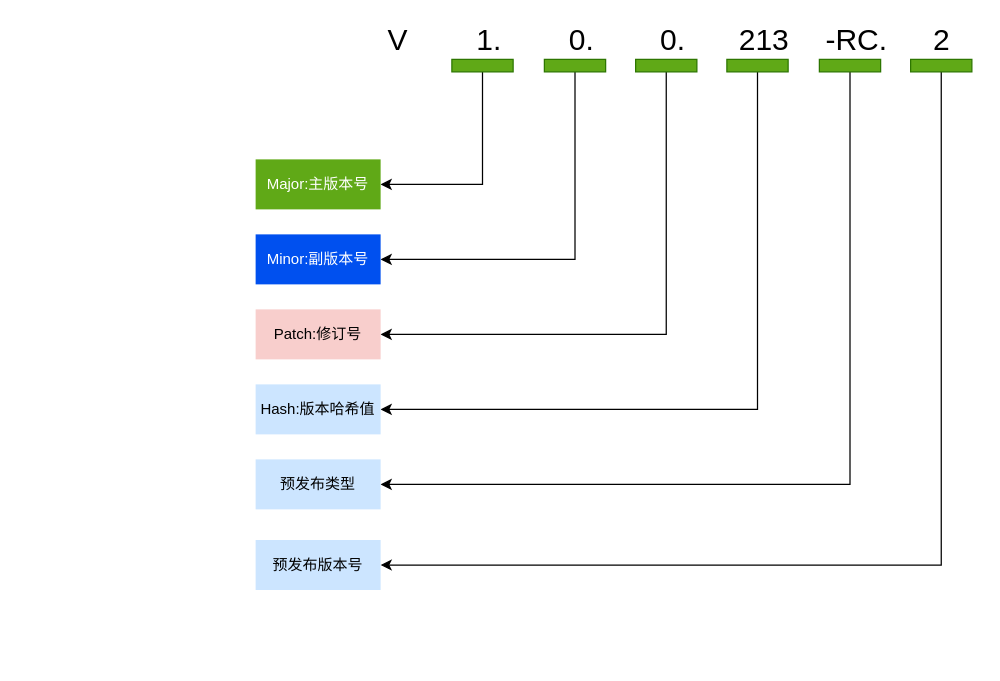
This is 版本管理规范.drawio from Guyiguang/-DrawIO, a draw.io file, before an edit. Source tidied: cells renumbered, new cells numbered last; positions are measured from the earlier drawing's top-left corner, leaving out a move shared by most shapes. Both pictures are drawn from the tidied source at 125%, with x=0, y=0 at pixel (255, 21).
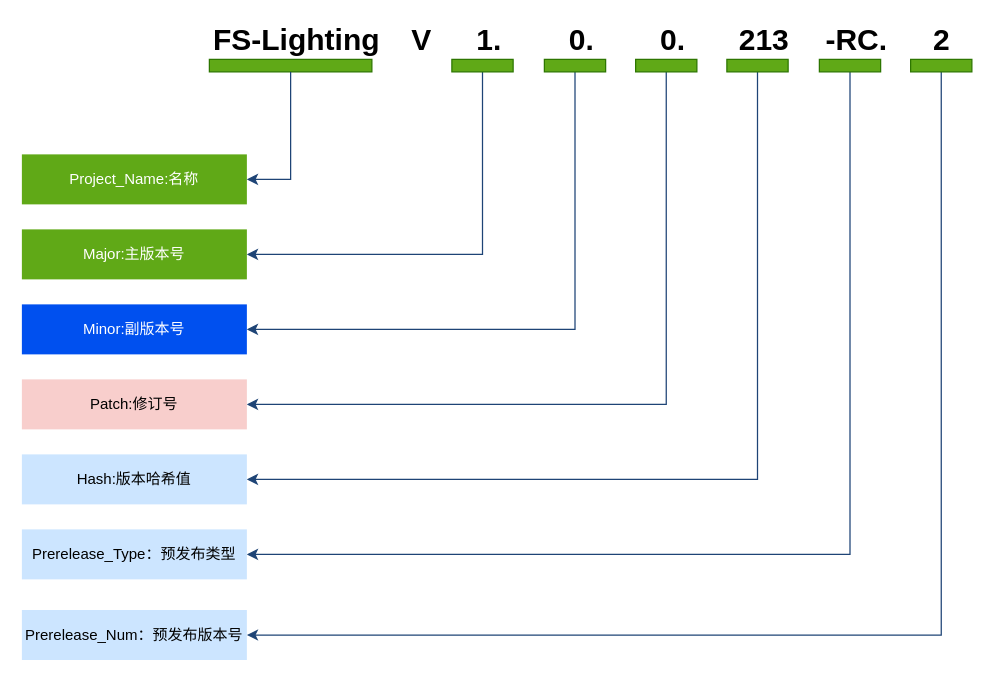
After the change.

Commit message (it also covers changes not shown here):
更新版本管理规范.drawio

Unchanged cells that the change refers to:
```xml
<mxCell id="11" style="rounded=0;whiteSpace=wrap;html=1;strokeColor=#2D7600;fillColor=#60a917;fontColor=#ffffff;" parent="1" vertex="1">
  <mxGeometry x="157" y="30" width="49" height="10" as="geometry" />
</mxCell>
<mxCell id="13" style="rounded=0;whiteSpace=wrap;html=1;strokeColor=#2D7600;fillColor=#60a917;fontColor=#ffffff;" parent="1" vertex="1">
  <mxGeometry x="231" y="30" width="49" height="10" as="geometry" />
</mxCell>
<mxCell id="15" style="rounded=0;whiteSpace=wrap;html=1;strokeColor=#2D7600;fillColor=#60a917;fontColor=#ffffff;" parent="1" vertex="1">
  <mxGeometry x="304" y="30" width="49" height="10" as="geometry" />
</mxCell>
<mxCell id="17" style="rounded=0;whiteSpace=wrap;html=1;strokeColor=#2D7600;fillColor=#60a917;fontColor=#ffffff;" parent="1" vertex="1">
  <mxGeometry x="377" y="30" width="49" height="10" as="geometry" />
</mxCell>
<mxCell id="19" style="rounded=0;whiteSpace=wrap;html=1;strokeColor=#2D7600;fillColor=#60a917;fontColor=#ffffff;" parent="1" vertex="1">
  <mxGeometry x="451" y="30" width="49" height="10" as="geometry" />
</mxCell>
<mxCell id="21" style="rounded=0;whiteSpace=wrap;html=1;strokeColor=#2D7600;fillColor=#60a917;fontColor=#ffffff;" parent="1" vertex="1">
  <mxGeometry x="524" y="30" width="49" height="10" as="geometry" />
</mxCell>
```

Diff of the diagram source:
```diff
@@
-    <mxCell id="2" value="V" style="text;html=1;strokeColor=none;fillColor=none;align=center;verticalAlign=middle;whiteSpace=wrap;rounded=0;fontSize=24;" parent="1" vertex="1">
-      <mxGeometry x="84" width="60" height="30" as="geometry" />
+    <mxCell id="2" value="V" style="text;html=1;strokeColor=none;fillColor=none;align=center;verticalAlign=middle;whiteSpace=wrap;rounded=0;fontSize=24;fontStyle=1;" parent="1" vertex="1">
+      <mxGeometry x="103" width="60" height="30" as="geometry" />
     </mxCell>
-    <mxCell id="3" value="1." style="text;html=1;strokeColor=none;fillColor=none;align=center;verticalAlign=middle;whiteSpace=wrap;rounded=0;fontSize=24;" parent="1" vertex="1">
+    <mxCell id="3" value="1." style="text;html=1;strokeColor=none;fillColor=none;align=center;verticalAlign=middle;whiteSpace=wrap;rounded=0;fontSize=24;fontStyle=1;" parent="1" vertex="1">
       <mxGeometry x="157" width="60" height="30" as="geometry" />
     </mxCell>
-    <mxCell id="4" value="0." style="text;html=1;strokeColor=none;fillColor=none;align=center;verticalAlign=middle;whiteSpace=wrap;rounded=0;fontSize=24;" parent="1" vertex="1">
+    <mxCell id="4" value="0." style="text;html=1;strokeColor=none;fillColor=none;align=center;verticalAlign=middle;whiteSpace=wrap;rounded=0;fontSize=24;fontStyle=1;" parent="1" vertex="1">
       <mxGeometry x="231" width="60" height="30" as="geometry" />
     </mxCell>
-    <mxCell id="5" value="0." style="text;html=1;strokeColor=none;fillColor=none;align=center;verticalAlign=middle;whiteSpace=wrap;rounded=0;fontSize=24;" parent="1" vertex="1">
+    <mxCell id="5" value="0." style="text;html=1;strokeColor=none;fillColor=none;align=center;verticalAlign=middle;whiteSpace=wrap;rounded=0;fontSize=24;fontStyle=1;" parent="1" vertex="1">
       <mxGeometry x="304" width="60" height="30" as="geometry" />
     </mxCell>
-    <mxCell id="6" value="-RC." style="text;html=1;strokeColor=none;fillColor=none;align=center;verticalAlign=middle;whiteSpace=wrap;rounded=0;fontSize=24;" parent="1" vertex="1">
+    <mxCell id="6" value="-RC." style="text;html=1;strokeColor=none;fillColor=none;align=center;verticalAlign=middle;whiteSpace=wrap;rounded=0;fontSize=24;fontStyle=1;" parent="1" vertex="1">
       <mxGeometry x="451" width="60" height="30" as="geometry" />
     </mxCell>
-    <mxCell id="7" value="213" style="text;html=1;strokeColor=none;fillColor=none;align=center;verticalAlign=middle;whiteSpace=wrap;rounded=0;fontSize=24;" parent="1" vertex="1">
+    <mxCell id="7" value="213" style="text;html=1;strokeColor=none;fillColor=none;align=center;verticalAlign=middle;whiteSpace=wrap;rounded=0;fontSize=24;fontStyle=1;" parent="1" vertex="1">
       <mxGeometry x="377" width="60" height="30" as="geometry" />
     </mxCell>
-    <mxCell id="8" style="edgeStyle=orthogonalEdgeStyle;rounded=0;orthogonalLoop=1;jettySize=auto;html=1;exitX=0.5;exitY=1;exitDx=0;exitDy=0;fontSize=24;strokeColor=#2D7600;fillColor=#60a917;" parent="1" edge="1" source="6" target="6">
+    <mxCell id="8" style="edgeStyle=orthogonalEdgeStyle;rounded=0;orthogonalLoop=1;jettySize=auto;html=1;exitX=0.5;exitY=1;exitDx=0;exitDy=0;fontSize=24;strokeColor=#2D7600;fillColor=#60a917;fontStyle=1;" parent="1" edge="1" source="6" target="6">
       <mxGeometry relative="1" as="geometry" />
     </mxCell>
-    <mxCell id="9" value="2" style="text;html=1;strokeColor=none;fillColor=none;align=center;verticalAlign=middle;whiteSpace=wrap;rounded=0;fontSize=24;" parent="1" vertex="1">
+    <mxCell id="9" value="2" style="text;html=1;strokeColor=none;fillColor=none;align=center;verticalAlign=middle;whiteSpace=wrap;rounded=0;fontSize=24;fontStyle=1;" parent="1" vertex="1">
       <mxGeometry x="518.5" width="60" height="30" as="geometry" />
     </mxCell>
-    <mxCell id="10" style="edgeStyle=orthogonalEdgeStyle;rounded=0;jettySize=auto;html=1;exitX=0.5;exitY=1;exitDx=0;exitDy=0;entryX=1;entryY=0.5;entryDx=0;entryDy=0;" parent="1" edge="1" source="11" target="22">
+    <mxCell id="10" style="edgeStyle=orthogonalEdgeStyle;rounded=0;jettySize=auto;html=1;exitX=0.5;exitY=1;exitDx=0;exitDy=0;entryX=1;entryY=0.5;entryDx=0;entryDy=0;fillColor=#eeeeee;strokeColor=#1e4476;" parent="1" edge="1" source="11" target="22">
       <mxGeometry relative="1" as="geometry" />
     </mxCell>
@@
-    <mxCell id="12" style="edgeStyle=orthogonalEdgeStyle;rounded=0;jettySize=auto;html=1;exitX=0.5;exitY=1;exitDx=0;exitDy=0;entryX=1;entryY=0.5;entryDx=0;entryDy=0;" parent="1" edge="1" source="13" target="23">
+    <mxCell id="12" style="edgeStyle=orthogonalEdgeStyle;rounded=0;jettySize=auto;html=1;exitX=0.5;exitY=1;exitDx=0;exitDy=0;entryX=1;entryY=0.5;entryDx=0;entryDy=0;fillColor=#eeeeee;strokeColor=#1e4476;" parent="1" edge="1" source="13" target="23">
       <mxGeometry relative="1" as="geometry" />
     </mxCell>
@@
-    <mxCell id="14" style="edgeStyle=orthogonalEdgeStyle;rounded=0;jettySize=auto;html=1;exitX=0.5;exitY=1;exitDx=0;exitDy=0;entryX=1;entryY=0.5;entryDx=0;entryDy=0;" parent="1" edge="1" source="15" target="24">
+    <mxCell id="14" style="edgeStyle=orthogonalEdgeStyle;rounded=0;jettySize=auto;html=1;exitX=0.5;exitY=1;exitDx=0;exitDy=0;entryX=1;entryY=0.5;entryDx=0;entryDy=0;fillColor=#eeeeee;strokeColor=#1e4476;" parent="1" edge="1" source="15" target="24">
       <mxGeometry relative="1" as="geometry" />
     </mxCell>
@@
-    <mxCell id="16" style="edgeStyle=orthogonalEdgeStyle;rounded=0;jettySize=auto;html=1;exitX=0.5;exitY=1;exitDx=0;exitDy=0;entryX=1;entryY=0.5;entryDx=0;entryDy=0;" parent="1" edge="1" source="17" target="25">
+    <mxCell id="16" style="edgeStyle=orthogonalEdgeStyle;rounded=0;jettySize=auto;html=1;exitX=0.5;exitY=1;exitDx=0;exitDy=0;entryX=1;entryY=0.5;entryDx=0;entryDy=0;fillColor=#eeeeee;strokeColor=#1e4476;" parent="1" edge="1" source="17" target="25">
       <mxGeometry relative="1" as="geometry" />
     </mxCell>
@@
-    <mxCell id="18" style="edgeStyle=orthogonalEdgeStyle;rounded=0;jettySize=auto;html=1;exitX=0.5;exitY=1;exitDx=0;exitDy=0;entryX=1;entryY=0.5;entryDx=0;entryDy=0;" parent="1" edge="1" source="19" target="26">
+    <mxCell id="18" style="edgeStyle=orthogonalEdgeStyle;rounded=0;jettySize=auto;html=1;exitX=0.5;exitY=1;exitDx=0;exitDy=0;entryX=1;entryY=0.5;entryDx=0;entryDy=0;fillColor=#eeeeee;strokeColor=#1e4476;" parent="1" edge="1" source="19" target="26">
       <mxGeometry relative="1" as="geometry" />
     </mxCell>
@@
-    <mxCell id="20" style="edgeStyle=orthogonalEdgeStyle;rounded=0;jettySize=auto;html=1;exitX=0.5;exitY=1;exitDx=0;exitDy=0;entryX=1;entryY=0.5;entryDx=0;entryDy=0;" parent="1" edge="1" source="21" target="27">
+    <mxCell id="20" style="edgeStyle=orthogonalEdgeStyle;rounded=0;jettySize=auto;html=1;exitX=0.5;exitY=1;exitDx=0;exitDy=0;entryX=1;entryY=0.5;entryDx=0;entryDy=0;fillColor=#eeeeee;strokeColor=#1e4476;" parent="1" edge="1" source="21" target="27">
       <mxGeometry relative="1" as="geometry" />
     </mxCell>
@@
     <mxCell id="22" value="Major:主版本号" style="rounded=0;whiteSpace=wrap;html=1;fillColor=#60a917;fontColor=#ffffff;strokeColor=none;" parent="1" vertex="1">
-      <mxGeometry y="110" width="100" height="40" as="geometry" />
+      <mxGeometry x="-187" y="166" width="180" height="40" as="geometry" />
     </mxCell>
     <mxCell id="23" value="Minor:副版本号" style="rounded=0;whiteSpace=wrap;html=1;fillColor=#0050ef;fontColor=#ffffff;strokeColor=none;" parent="1" vertex="1">
-      <mxGeometry y="170" width="100" height="40" as="geometry" />
+      <mxGeometry x="-187" y="226" width="180" height="40" as="geometry" />
     </mxCell>
     <mxCell id="24" value="Patch:修订号" style="rounded=0;whiteSpace=wrap;html=1;fillColor=#f8cecc;strokeColor=none;" parent="1" vertex="1">
-      <mxGeometry y="230" width="100" height="40" as="geometry" />
+      <mxGeometry x="-187" y="286" width="180" height="40" as="geometry" />
     </mxCell>
     <mxCell id="25" value="Hash:版本哈希值" style="rounded=0;whiteSpace=wrap;html=1;fillColor=#cce5ff;strokeColor=none;" parent="1" vertex="1">
-      <mxGeometry y="290" width="100" height="40" as="geometry" />
+      <mxGeometry x="-187" y="346" width="180" height="40" as="geometry" />
     </mxCell>
-    <mxCell id="26" value="预发布类型" style="rounded=0;whiteSpace=wrap;html=1;fillColor=#cce5ff;strokeColor=none;" parent="1" vertex="1">
-      <mxGeometry y="350" width="100" height="40" as="geometry" />
+    <mxCell id="26" value="Prerelease_Type：预发布类型" style="rounded=0;whiteSpace=wrap;html=1;fillColor=#cce5ff;strokeColor=none;" parent="1" vertex="1">
+      <mxGeometry x="-187" y="406" width="180" height="40" as="geometry" />
     </mxCell>
-    <mxCell id="27" value="预发布版本号" style="rounded=0;whiteSpace=wrap;html=1;fillColor=#cce5ff;strokeColor=none;" parent="1" vertex="1">
-      <mxGeometry y="414.5" width="100" height="40" as="geometry" />
+    <mxCell id="27" value="Prerelease_Num：预发布版本号" style="rounded=0;whiteSpace=wrap;html=1;fillColor=#cce5ff;strokeColor=none;" parent="1" vertex="1">
+      <mxGeometry x="-187" y="470.5" width="180" height="40" as="geometry" />
     </mxCell>
+    <mxCell id="28" value="FS-Lighting" style="text;html=1;strokeColor=none;fillColor=none;align=center;verticalAlign=middle;whiteSpace=wrap;rounded=0;fontSize=24;fontStyle=1;" parent="1" vertex="1">
+      <mxGeometry x="-57" width="180" height="30" as="geometry" />
+    </mxCell>
+    <mxCell id="29" style="rounded=0;whiteSpace=wrap;html=1;strokeColor=#2D7600;fillColor=#60a917;fontColor=#ffffff;" parent="1" vertex="1">
+      <mxGeometry x="-37" y="30" width="130" height="10" as="geometry" />
+    </mxCell>
+    <mxCell id="30" value="Project_Name:名称" style="rounded=0;whiteSpace=wrap;html=1;fillColor=#60a917;fontColor=#ffffff;strokeColor=none;" parent="1" vertex="1">
+      <mxGeometry x="-187" y="106" width="180" height="40" as="geometry" />
+    </mxCell>
+    <mxCell id="31" style="edgeStyle=orthogonalEdgeStyle;rounded=0;jettySize=auto;html=1;exitX=0.5;exitY=1;exitDx=0;exitDy=0;entryX=1;entryY=0.5;entryDx=0;entryDy=0;fillColor=#eeeeee;strokeColor=#1e4476;" parent="1" edge="1" source="29" target="30">
+      <mxGeometry relative="1" as="geometry" />
+    </mxCell>
```
